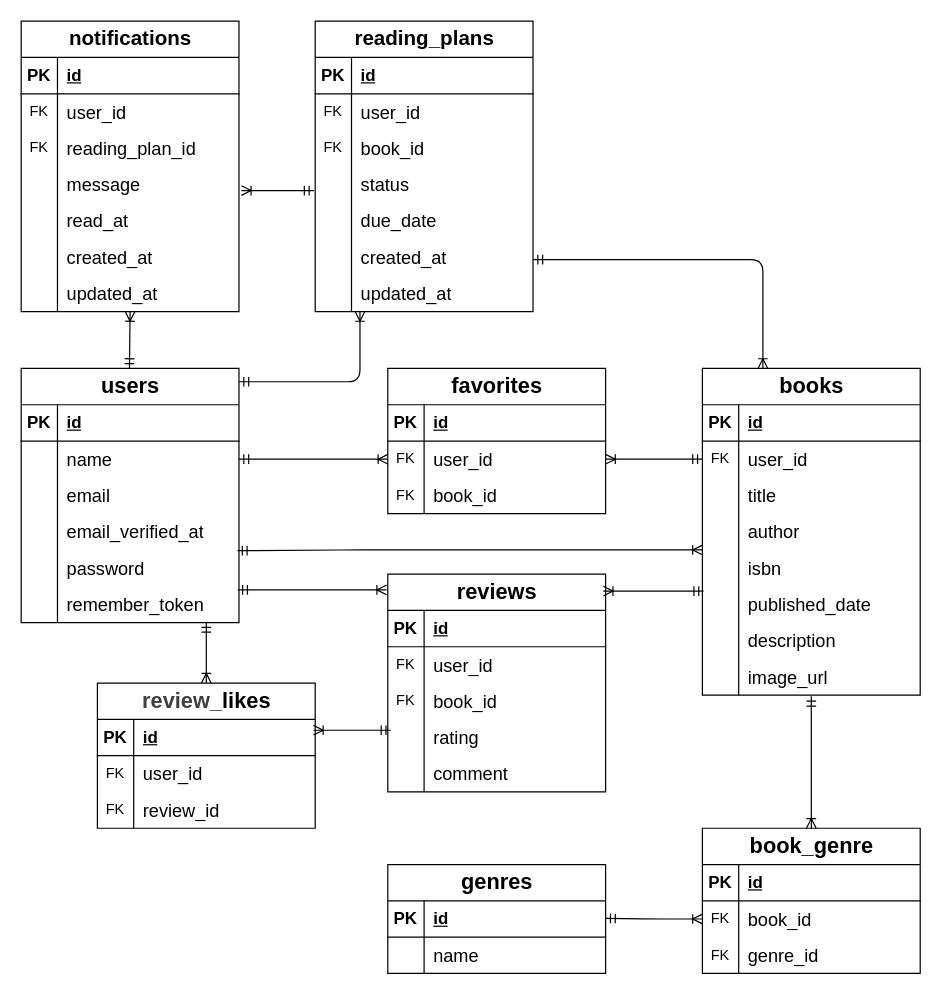
Before: ER図.drawio.png.drawio in daiki-oishi-0206/bookshelf-app, a draw.io diagram. Source tidied: cells renumbered, new cells numbered last; positions are measured from the earlier drawing's top-left corner, leaving out a move shared by most shapes. Both pictures are drawn from the tidied source at 121%, with x=0, y=0 at pixel (21, 21).
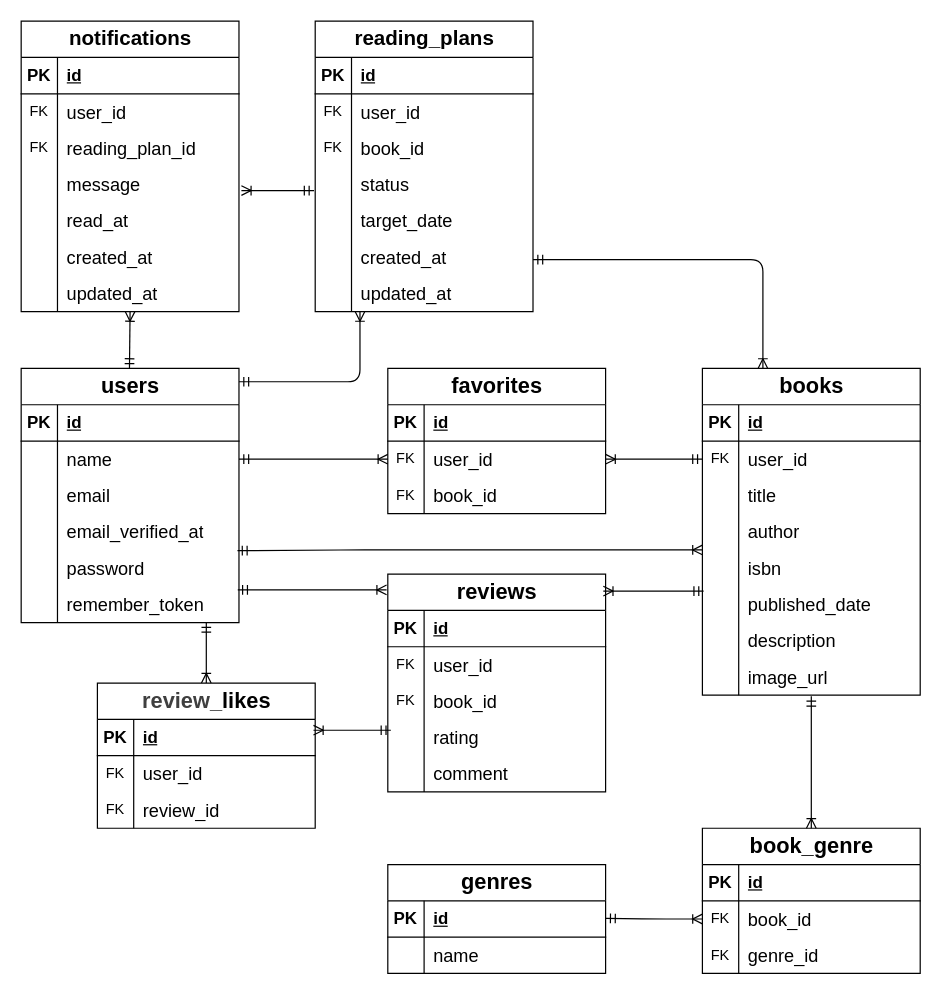
After the change.

The change refers to these unchanged cells:
```xml
<mxCell id="120" style="shape=tableRow;horizontal=0;startSize=0;swimlaneHead=0;swimlaneBody=0;fillColor=none;top=0;left=0;right=0;bottom=0;" parent="107" vertex="1">
  <mxGeometry y="150" width="180" height="30" as="geometry" />
</mxCell>
```

What changed in the source:
```diff
@@
-    <mxCell id="122" value="due_date" style="shape=partialRectangle;fillColor=none;top=0;left=0;bottom=0;right=0;align=left;spacingLeft=6;overflow=hidden;whiteSpace=wrap;html=1;fontSize=15;" parent="120" vertex="1">
+    <mxCell id="122" value="target_date" style="shape=partialRectangle;fillColor=none;top=0;left=0;bottom=0;right=0;align=left;spacingLeft=6;overflow=hidden;whiteSpace=wrap;html=1;fontSize=15;" parent="120" vertex="1">
       <mxGeometry x="30" width="150" height="30" as="geometry" />
     </mxCell>
```
